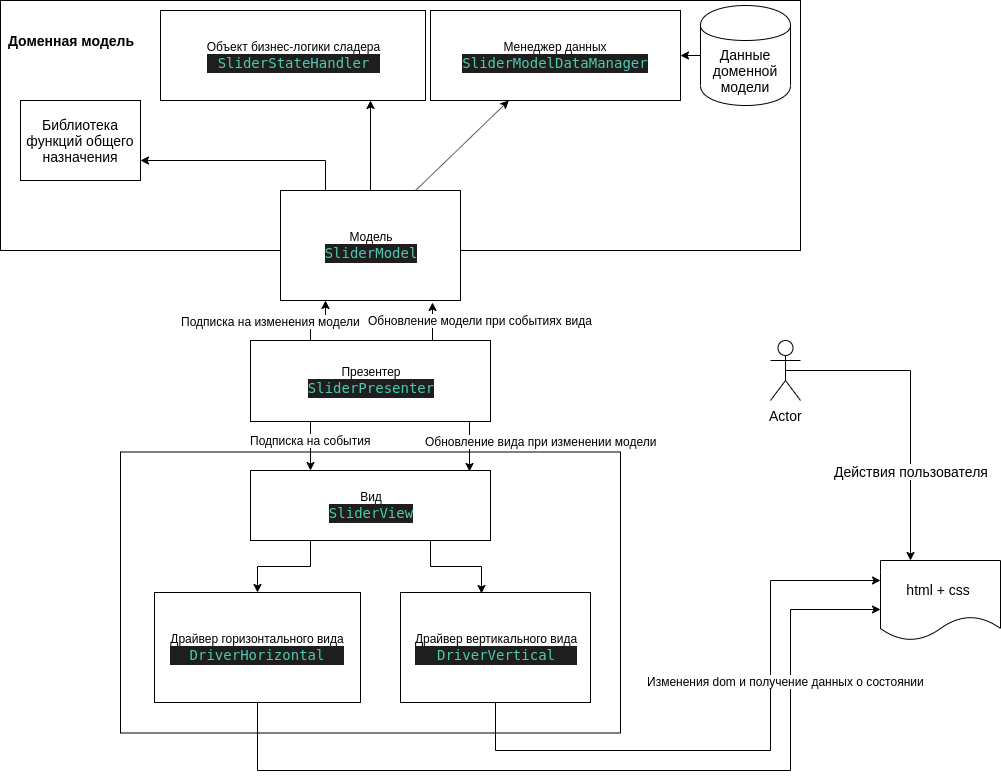
The draw.io diagram docs/uml.png in SergeyVN94/slider, before a commit. Source tidied: cells renumbered, new cells last; positions are measured from the earlier drawing's top-left corner, leaving out a move shared by most shapes.
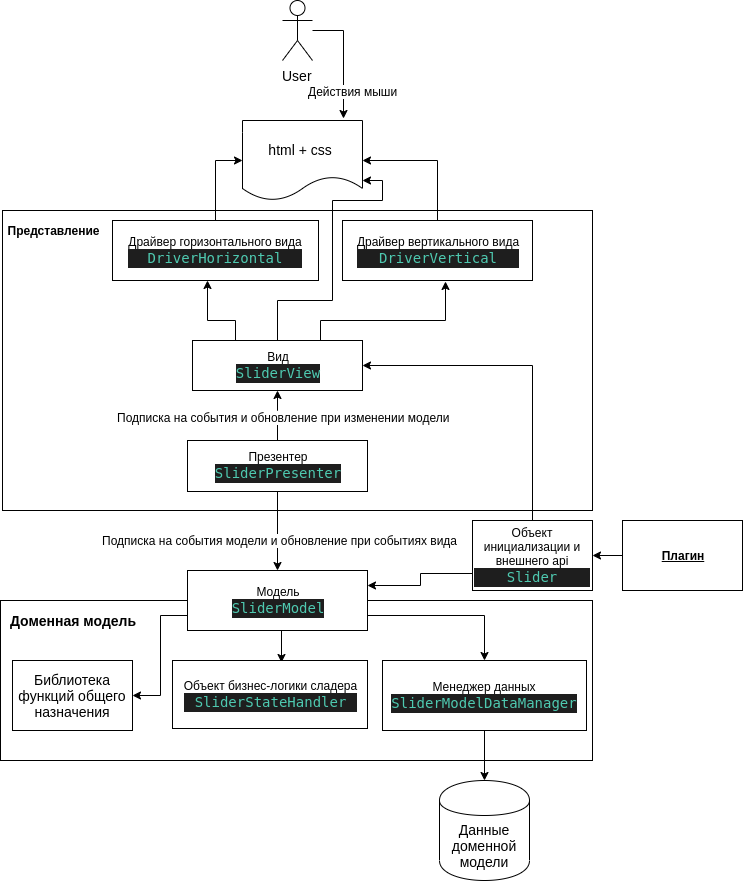
The same diagram one commit later.

What changed in the source:
```diff
@@ -3,123 +3,144 @@
     <mxCell id="0" />
     <mxCell id="1" parent="0" />
     <mxCell id="2" style="rounded=0;whiteSpace=wrap;html=1;" parent="1" vertex="1">
-      <mxGeometry width="800" height="250" as="geometry" />
+      <mxGeometry x="98" y="230" width="592" height="160" as="geometry" />
     </mxCell>
     <mxCell id="3" value="Доменная модель" style="text;html=1;strokeColor=none;fillColor=none;align=center;verticalAlign=middle;whiteSpace=wrap;rounded=0;fontSize=14;fontStyle=1;" parent="1" vertex="1">
-      <mxGeometry width="140" height="80" as="geometry" />
+      <mxGeometry x="100" y="230" width="140" height="40" as="geometry" />
     </mxCell>
+    <mxCell id="33" style="edgeStyle=orthogonalEdgeStyle;rounded=0;jettySize=auto;html=1;exitX=0.5;exitY=1;exitDx=0;exitDy=0;" parent="1" edge="1" source="4" target="28">
+      <mxGeometry relative="1" as="geometry" />
+    </mxCell>
     <mxCell id="4" value="Менеджер данных&lt;br&gt;&lt;div style=&quot;color: rgb(212 , 212 , 212) ; background-color: rgb(30 , 30 , 30) ; font-family: &amp;#34;droid sans mono&amp;#34; , monospace , monospace , &amp;#34;droid sans fallback&amp;#34; ; font-size: 14px ; line-height: 19px ; white-space: pre&quot;&gt;&lt;span style=&quot;color: #4ec9b0&quot;&gt;SliderModelDataManager&lt;/span&gt;&lt;/div&gt;" style="rounded=0;whiteSpace=wrap;html=1;" parent="1" vertex="1">
-      <mxGeometry x="430" y="10" width="250" height="90" as="geometry" />
+      <mxGeometry x="480" y="290" width="204" height="70" as="geometry" />
     </mxCell>
-    <mxCell id="5" value="Объект бизнес-логики сладера&lt;br&gt;&lt;div style=&quot;color: rgb(212 , 212 , 212) ; background-color: rgb(30 , 30 , 30) ; font-family: &amp;#34;droid sans mono&amp;#34; , monospace , monospace , &amp;#34;droid sans fallback&amp;#34; ; font-size: 14px ; line-height: 19px ; white-space: pre&quot;&gt;&lt;span style=&quot;color: #4ec9b0&quot;&gt;SliderStateHandler&lt;/span&gt;&lt;/div&gt;" style="rounded=0;whiteSpace=wrap;html=1;" parent="1" vertex="1">
-      <mxGeometry x="160" y="10" width="265" height="90" as="geometry" />
-    </mxCell>
+    <mxCell id="34" style="edgeStyle=orthogonalEdgeStyle;rounded=0;jettySize=auto;html=1;exitX=0.5;exitY=1;exitDx=0;exitDy=0;entryX=0.559;entryY=0.029;entryDx=0;entryDy=0;entryPerimeter=0;" parent="1" edge="1" source="7" target="5">
+      <mxGeometry relative="1" as="geometry" />
+    </mxCell>
+    <mxCell id="9" style="edgeStyle=orthogonalEdgeStyle;rounded=0;jettySize=auto;html=1;exitX=1;exitY=0.75;exitDx=0;exitDy=0;entryX=0.5;entryY=0;entryDx=0;entryDy=0;" parent="1" edge="1" source="7" target="4">
+      <mxGeometry relative="1" as="geometry" />
+    </mxCell>
-    <mxCell id="6" style="edgeStyle=orthogonalEdgeStyle;rounded=0;jettySize=auto;html=1;exitX=0.25;exitY=0;exitDx=0;exitDy=0;entryX=1;entryY=0.75;entryDx=0;entryDy=0;fontSize=14;" parent="1" edge="1" source="7" target="26">
+    <mxCell id="6" style="edgeStyle=orthogonalEdgeStyle;rounded=0;jettySize=auto;html=1;exitX=0;exitY=0.75;exitDx=0;exitDy=0;entryX=1;entryY=0.5;entryDx=0;entryDy=0;" parent="1" edge="1" source="7" target="26">
       <mxGeometry relative="1" as="geometry" />
     </mxCell>
     <mxCell id="7" value="Модель&lt;br&gt;&lt;div style=&quot;color: rgb(212 , 212 , 212) ; background-color: rgb(30 , 30 , 30) ; font-family: &amp;#34;droid sans mono&amp;#34; , monospace , monospace , &amp;#34;droid sans fallback&amp;#34; ; font-size: 14px ; line-height: 19px ; white-space: pre&quot;&gt;&lt;span style=&quot;color: #4ec9b0&quot;&gt;SliderModel&lt;/span&gt;&lt;/div&gt;" style="rounded=0;whiteSpace=wrap;html=1;" parent="1" vertex="1">
-      <mxGeometry x="280" y="190" width="180" height="110" as="geometry" />
+      <mxGeometry x="285" y="200" width="180" height="60" as="geometry" />
     </mxCell>
-    <mxCell id="8" style="endArrow=classic;html=1;exitX=0.5;exitY=0;exitDx=0;exitDy=0;" parent="1" edge="1" source="7">
-      <mxGeometry relative="1" as="geometry">
-        <mxPoint x="370" y="100" as="targetPoint" />
-      </mxGeometry>
-    </mxCell>
-    <mxCell id="9" style="endArrow=classic;html=1;exitX=0.75;exitY=0;exitDx=0;exitDy=0;" parent="1" edge="1" source="7" target="4">
-      <mxGeometry relative="1" as="geometry" />
-    </mxCell>
     <mxCell id="10" style="rounded=0;whiteSpace=wrap;html=1;" parent="1" vertex="1">
-      <mxGeometry x="120" y="451.5" width="500" height="281" as="geometry" />
+      <mxGeometry x="100" y="-160" width="590" height="300" as="geometry" />
     </mxCell>
-    <mxCell id="11" style="edgeStyle=orthogonalEdgeStyle;rounded=0;jettySize=auto;html=1;exitX=0.25;exitY=0;exitDx=0;exitDy=0;entryX=0.25;entryY=1;entryDx=0;entryDy=0;" parent="1" edge="1" source="17" target="7">
-      <mxGeometry relative="1" as="geometry" />
-    </mxCell>
-    <mxCell id="12" value="Подписка на изменения модели" style="text;html=1;align=center;verticalAlign=middle;labelBackgroundColor=#ffffff;" parent="11" vertex="1">
-      <mxGeometry x="0.48" relative="1" as="geometry">
-        <mxPoint x="-55" y="6" as="offset" />
-      </mxGeometry>
-    </mxCell>
-    <mxCell id="13" style="edgeStyle=orthogonalEdgeStyle;rounded=0;jettySize=auto;html=1;exitX=0.75;exitY=1;exitDx=0;exitDy=0;entryX=0.913;entryY=0.014;entryDx=0;entryDy=0;entryPerimeter=0;" parent="1" edge="1" source="17" target="20">
-      <mxGeometry relative="1" as="geometry">
-        <Array as="points">
-          <mxPoint x="469" y="421" />
-        </Array>
-      </mxGeometry>
-    </mxCell>
-    <mxCell id="14" value="Обновление вида при изменении модели" style="text;html=1;align=center;verticalAlign=middle;labelBackgroundColor=#ffffff;" parent="13" vertex="1">
-      <mxGeometry x="-0.21" y="-12" relative="1" as="geometry">
-        <mxPoint x="75" y="7" as="offset" />
-      </mxGeometry>
-    </mxCell>
-    <mxCell id="15" value="&lt;font style=&quot;font-size: 12px&quot;&gt;Подписка на события&lt;/font&gt;" style="edgeStyle=orthogonalEdgeStyle;rounded=0;jettySize=auto;html=1;exitX=0.25;exitY=1;exitDx=0;exitDy=0;entryX=0.25;entryY=0;entryDx=0;entryDy=0;strokeWidth=1;" parent="1" edge="1" source="17" target="20">
-      <mxGeometry x="-0.22" relative="1" as="geometry" />
-    </mxCell>
-    <mxCell id="16" value="&lt;font style=&quot;font-size: 12px&quot;&gt;Обновление модели при событиях вида&lt;/font&gt;" style="edgeStyle=orthogonalEdgeStyle;rounded=0;jettySize=auto;html=1;exitX=0.75;exitY=0;exitDx=0;exitDy=0;entryX=0.844;entryY=1.018;entryDx=0;entryDy=0;entryPerimeter=0;strokeWidth=1;" parent="1" edge="1" source="17" target="7">
-      <mxGeometry x="0.1" y="-48" relative="1" as="geometry" />
-    </mxCell>
+    <mxCell id="35" style="edgeStyle=orthogonalEdgeStyle;rounded=0;jettySize=auto;html=1;exitX=0.5;exitY=0;exitDx=0;exitDy=0;entryX=0.5;entryY=1;entryDx=0;entryDy=0;" parent="1" edge="1" source="17" target="20">
+      <mxGeometry relative="1" as="geometry">
+        <Array as="points">
+          <mxPoint x="375" y="40" />
+          <mxPoint x="375" y="40" />
+        </Array>
+      </mxGeometry>
+    </mxCell>
+    <mxCell id="36" value="Подписка на события и обновление при изменении модели" style="text;html=1;align=center;verticalAlign=middle;labelBackgroundColor=#ffffff;" parent="35" vertex="1">
+      <mxGeometry x="-0.24" relative="1" as="geometry">
+        <mxPoint x="5" y="-5" as="offset" />
+      </mxGeometry>
+    </mxCell>
+    <mxCell id="37" style="edgeStyle=orthogonalEdgeStyle;rounded=0;jettySize=auto;html=1;exitX=0.5;exitY=1;exitDx=0;exitDy=0;entryX=0.5;entryY=0;entryDx=0;entryDy=0;" parent="1" edge="1" source="17" target="7">
+      <mxGeometry relative="1" as="geometry" />
+    </mxCell>
+    <mxCell id="38" value="Подписка на события модели и обновление при событиях вида" style="text;html=1;align=center;verticalAlign=middle;labelBackgroundColor=#ffffff;" parent="37" vertex="1">
+      <mxGeometry x="0.21" y="2" relative="1" as="geometry" />
+    </mxCell>
     <mxCell id="17" value="Презентер&lt;br&gt;&lt;div style=&quot;color: rgb(212 , 212 , 212) ; background-color: rgb(30 , 30 , 30) ; font-family: &amp;#34;droid sans mono&amp;#34; , monospace , monospace , &amp;#34;droid sans fallback&amp;#34; ; font-size: 14px ; line-height: 19px ; white-space: pre&quot;&gt;&lt;span style=&quot;color: #4ec9b0&quot;&gt;SliderPresenter&lt;/span&gt;&lt;/div&gt;" style="rounded=0;whiteSpace=wrap;html=1;" parent="1" vertex="1">
-      <mxGeometry x="250" y="340" width="240" height="81" as="geometry" />
+      <mxGeometry x="285" y="70" width="180" height="51" as="geometry" />
     </mxCell>
-    <mxCell id="18" style="edgeStyle=orthogonalEdgeStyle;rounded=0;jettySize=auto;html=1;exitX=0.75;exitY=1;exitDx=0;exitDy=0;entryX=0.424;entryY=0.009;entryDx=0;entryDy=0;entryPerimeter=0;fontSize=14;" parent="1" edge="1" source="20" target="25">
-      <mxGeometry relative="1" as="geometry" />
+    <mxCell id="18" style="edgeStyle=orthogonalEdgeStyle;rounded=0;jettySize=auto;html=1;exitX=0.75;exitY=0;exitDx=0;exitDy=0;entryX=0.542;entryY=1.017;entryDx=0;entryDy=0;entryPerimeter=0;" parent="1" edge="1" source="20" target="25">
+      <mxGeometry relative="1" as="geometry">
+        <Array as="points">
+          <mxPoint x="418" y="-50" />
+          <mxPoint x="543" y="-50" />
+        </Array>
+      </mxGeometry>
     </mxCell>
-    <mxCell id="19" style="edgeStyle=orthogonalEdgeStyle;rounded=0;jettySize=auto;html=1;exitX=0.25;exitY=1;exitDx=0;exitDy=0;fontSize=14;" parent="1" edge="1" source="20" target="22">
-      <mxGeometry relative="1" as="geometry" />
+    <mxCell id="19" style="edgeStyle=orthogonalEdgeStyle;rounded=0;jettySize=auto;html=1;exitX=0.25;exitY=0;exitDx=0;exitDy=0;entryX=0.461;entryY=1;entryDx=0;entryDy=0;entryPerimeter=0;" parent="1" edge="1" source="20" target="22">
+      <mxGeometry relative="1" as="geometry">
+        <Array as="points">
+          <mxPoint x="333" y="-50" />
+          <mxPoint x="305" y="-50" />
+        </Array>
+      </mxGeometry>
     </mxCell>
+    <mxCell id="39" style="edgeStyle=orthogonalEdgeStyle;rounded=0;jettySize=auto;html=1;exitX=0.5;exitY=0;exitDx=0;exitDy=0;entryX=1;entryY=0.75;entryDx=0;entryDy=0;" parent="1" edge="1" source="20" target="29">
+      <mxGeometry relative="1" as="geometry">
+        <Array as="points">
+          <mxPoint x="375" y="-70" />
+          <mxPoint x="430" y="-70" />
+          <mxPoint x="430" y="-170" />
+          <mxPoint x="480" y="-170" />
+          <mxPoint x="480" y="-190" />
+        </Array>
+      </mxGeometry>
+    </mxCell>
     <mxCell id="20" value="Вид&lt;br&gt;&lt;div style=&quot;color: rgb(212 , 212 , 212) ; background-color: rgb(30 , 30 , 30) ; font-family: &amp;#34;droid sans mono&amp;#34; , monospace , monospace , &amp;#34;droid sans fallback&amp;#34; ; font-size: 14px ; line-height: 19px ; white-space: pre&quot;&gt;&lt;span style=&quot;color: #4ec9b0&quot;&gt;SliderView&lt;/span&gt;&lt;/div&gt;" style="rounded=0;whiteSpace=wrap;html=1;" parent="1" vertex="1">
-      <mxGeometry x="250" y="470" width="240" height="70" as="geometry" />
+      <mxGeometry x="290" y="-30" width="170" height="50" as="geometry" />
     </mxCell>
-    <mxCell id="21" style="edgeStyle=orthogonalEdgeStyle;rounded=0;jettySize=auto;html=1;exitX=0.5;exitY=1;exitDx=0;exitDy=0;entryX=0;entryY=0.613;entryDx=0;entryDy=0;entryPerimeter=0;" parent="1" edge="1" source="22" target="29">
-      <mxGeometry relative="1" as="geometry">
-        <Array as="points">
-          <mxPoint x="257" y="770" />
-          <mxPoint x="790" y="770" />
-          <mxPoint x="790" y="609" />
-        </Array>
-      </mxGeometry>
+    <mxCell id="21" style="edgeStyle=orthogonalEdgeStyle;rounded=0;jettySize=auto;html=1;exitX=0.5;exitY=0;exitDx=0;exitDy=0;entryX=0;entryY=0.5;entryDx=0;entryDy=0;" parent="1" edge="1" source="22" target="29">
+      <mxGeometry relative="1" as="geometry" />
     </mxCell>
     <mxCell id="22" value="Драйвер горизонтального вида&lt;br&gt;&lt;div style=&quot;color: rgb(212 , 212 , 212) ; background-color: rgb(30 , 30 , 30) ; font-family: &amp;#34;droid sans mono&amp;#34; , monospace , monospace , &amp;#34;droid sans fallback&amp;#34; ; font-size: 14px ; line-height: 19px ; white-space: pre&quot;&gt;&lt;span style=&quot;color: #4ec9b0&quot;&gt;DriverHorizontal&lt;/span&gt;&lt;/div&gt;" style="rounded=0;whiteSpace=wrap;html=1;" parent="1" vertex="1">
-      <mxGeometry x="154" y="592" width="206" height="110" as="geometry" />
+      <mxGeometry x="210" y="-150" width="206" height="60" as="geometry" />
     </mxCell>
-    <mxCell id="23" style="edgeStyle=orthogonalEdgeStyle;rounded=0;jettySize=auto;html=1;exitX=0.5;exitY=1;exitDx=0;exitDy=0;entryX=0;entryY=0.25;entryDx=0;entryDy=0;" parent="1" edge="1" source="25" target="29">
-      <mxGeometry relative="1" as="geometry">
-        <Array as="points">
-          <mxPoint x="495" y="750" />
-          <mxPoint x="770" y="750" />
-          <mxPoint x="770" y="580" />
-        </Array>
-      </mxGeometry>
+    <mxCell id="23" style="edgeStyle=orthogonalEdgeStyle;rounded=0;jettySize=auto;html=1;exitX=0.5;exitY=0;exitDx=0;exitDy=0;entryX=1;entryY=0.5;entryDx=0;entryDy=0;" parent="1" edge="1" source="25" target="29">
+      <mxGeometry relative="1" as="geometry" />
     </mxCell>
-    <mxCell id="24" value="Изменения dom и получение данных о состоянии" style="text;html=1;align=center;verticalAlign=middle;labelBackgroundColor=#ffffff;" parent="23" vertex="1">
-      <mxGeometry x="0.26" y="3" relative="1" as="geometry">
-        <mxPoint x="18" y="-13" as="offset" />
-      </mxGeometry>
-    </mxCell>
     <mxCell id="25" value="Драйвер вертикального вида&lt;br&gt;&lt;div style=&quot;color: rgb(212 , 212 , 212) ; background-color: rgb(30 , 30 , 30) ; font-family: &amp;#34;droid sans mono&amp;#34; , monospace , monospace , &amp;#34;droid sans fallback&amp;#34; ; font-size: 14px ; line-height: 19px ; white-space: pre&quot;&gt;&lt;span style=&quot;color: #4ec9b0&quot;&gt;DriverVertical&lt;/span&gt;&lt;/div&gt;" style="rounded=0;whiteSpace=wrap;html=1;" parent="1" vertex="1">
-      <mxGeometry x="400" y="592" width="190" height="110" as="geometry" />
+      <mxGeometry x="440" y="-150" width="190" height="60" as="geometry" />
     </mxCell>
     <mxCell id="26" value="Библиотека функций общего назначения" style="rounded=0;whiteSpace=wrap;html=1;fontSize=14;" parent="1" vertex="1">
-      <mxGeometry x="20" y="100" width="120" height="80" as="geometry" />
+      <mxGeometry x="110" y="290" width="120" height="70" as="geometry" />
     </mxCell>
-    <mxCell id="27" style="edgeStyle=orthogonalEdgeStyle;rounded=0;jettySize=auto;html=1;exitX=0;exitY=0.5;exitDx=0;exitDy=0;entryX=1;entryY=0.5;entryDx=0;entryDy=0;fontSize=14;" parent="1" edge="1" source="28" target="4">
-      <mxGeometry relative="1" as="geometry" />
-    </mxCell>
     <mxCell id="28" value="Данные доменной модели" style="shape=cylinder;whiteSpace=wrap;html=1;boundedLbl=1;backgroundOutline=1;fontSize=14;" parent="1" vertex="1">
-      <mxGeometry x="700" y="5" width="90" height="100" as="geometry" />
+      <mxGeometry x="537" y="410" width="90" height="100" as="geometry" />
     </mxCell>
     <mxCell id="29" value="html + css&amp;nbsp;" style="shape=document;whiteSpace=wrap;html=1;boundedLbl=1;fontSize=14;" parent="1" vertex="1">
-      <mxGeometry x="880" y="560" width="120" height="80" as="geometry" />
+      <mxGeometry x="340" y="-250" width="120" height="80" as="geometry" />
     </mxCell>
-    <mxCell id="30" style="edgeStyle=orthogonalEdgeStyle;rounded=0;jettySize=auto;html=1;exitX=0.5;exitY=0.5;exitDx=0;exitDy=0;exitPerimeter=0;fontSize=14;entryX=0.25;entryY=0;entryDx=0;entryDy=0;" parent="1" edge="1" source="32" target="29">
-      <mxGeometry relative="1" as="geometry" />
-    </mxCell>
-    <mxCell id="31" value="Действия пользователя" style="text;html=1;align=center;verticalAlign=middle;labelBackgroundColor=#ffffff;fontSize=14;" parent="30" vertex="1">
-      <mxGeometry x="-0.04" y="-25" relative="1" as="geometry">
-        <mxPoint x="25" y="74" as="offset" />
-      </mxGeometry>
-    </mxCell>
+    <mxCell id="40" style="edgeStyle=orthogonalEdgeStyle;rounded=0;jettySize=auto;html=1;entryX=0.842;entryY=-0.025;entryDx=0;entryDy=0;entryPerimeter=0;" parent="1" edge="1" target="29">
+      <mxGeometry relative="1" as="geometry">
+        <mxPoint x="410" y="-340" as="sourcePoint" />
+        <Array as="points">
+          <mxPoint x="441" y="-340" />
+        </Array>
+      </mxGeometry>
+    </mxCell>
+    <mxCell id="41" value="Действия мыши" style="text;html=1;align=center;verticalAlign=middle;labelBackgroundColor=#ffffff;" parent="40" vertex="1">
+      <mxGeometry x="0.45" y="-2" relative="1" as="geometry">
+        <mxPoint x="11" y="5" as="offset" />
+      </mxGeometry>
+    </mxCell>
-    <mxCell id="32" value="Actor" style="shape=umlActor;verticalLabelPosition=bottom;labelBackgroundColor=#ffffff;verticalAlign=top;html=1;outlineConnect=0;fontSize=14;" parent="1" vertex="1">
-      <mxGeometry x="770" y="340" width="30" height="60" as="geometry" />
+    <mxCell id="32" value="User" style="shape=umlActor;verticalLabelPosition=bottom;labelBackgroundColor=#ffffff;verticalAlign=top;html=1;outlineConnect=0;fontSize=14;" parent="1" vertex="1">
+      <mxGeometry x="380" y="-370" width="30" height="60" as="geometry" />
     </mxCell>
+    <mxCell id="5" value="Объект бизнес-логики сладера&lt;br&gt;&lt;div style=&quot;color: rgb(212 , 212 , 212) ; background-color: rgb(30 , 30 , 30) ; font-family: &amp;#34;droid sans mono&amp;#34; , monospace , monospace , &amp;#34;droid sans fallback&amp;#34; ; font-size: 14px ; line-height: 19px ; white-space: pre&quot;&gt;&lt;span style=&quot;color: #4ec9b0&quot;&gt;SliderStateHandler&lt;/span&gt;&lt;/div&gt;" style="rounded=0;whiteSpace=wrap;html=1;" parent="1" vertex="1">
+      <mxGeometry x="270" y="290" width="195" height="68" as="geometry" />
+    </mxCell>
+    <mxCell id="42" value="&lt;b&gt;Представление&lt;/b&gt;" style="text;html=1;strokeColor=none;fillColor=none;align=center;verticalAlign=middle;whiteSpace=wrap;rounded=0;" parent="1" vertex="1">
+      <mxGeometry x="130" y="-150" width="40" height="20" as="geometry" />
+    </mxCell>
+    <mxCell id="43" style="edgeStyle=orthogonalEdgeStyle;rounded=0;orthogonalLoop=1;jettySize=auto;html=1;exitX=0.5;exitY=1;exitDx=0;exitDy=0;" parent="1" edge="1" source="2" target="2">
+      <mxGeometry relative="1" as="geometry" />
+    </mxCell>
+    <mxCell id="44" style="edgeStyle=orthogonalEdgeStyle;rounded=0;jettySize=auto;html=1;exitX=0.5;exitY=0;exitDx=0;exitDy=0;entryX=1;entryY=0.5;entryDx=0;entryDy=0;" parent="1" edge="1" source="46" target="20">
+      <mxGeometry relative="1" as="geometry" />
+    </mxCell>
+    <mxCell id="45" style="edgeStyle=orthogonalEdgeStyle;rounded=0;jettySize=auto;html=1;exitX=0;exitY=0.75;exitDx=0;exitDy=0;entryX=1;entryY=0.25;entryDx=0;entryDy=0;" parent="1" edge="1" source="46" target="7">
+      <mxGeometry relative="1" as="geometry" />
+    </mxCell>
+    <mxCell id="46" value="Объект инициализации и внешнего api&lt;br&gt;&lt;div style=&quot;color: rgb(212 , 212 , 212) ; background-color: rgb(30 , 30 , 30) ; font-family: &amp;#34;droid sans mono&amp;#34; , monospace , monospace , &amp;#34;droid sans fallback&amp;#34; ; font-size: 14px ; line-height: 19px ; white-space: pre&quot;&gt;&lt;span style=&quot;color: #4ec9b0&quot;&gt;Slider&lt;/span&gt;&lt;/div&gt;" style="rounded=0;whiteSpace=wrap;html=1;" parent="1" vertex="1">
+      <mxGeometry x="570" y="150" width="120" height="70" as="geometry" />
+    </mxCell>
+    <mxCell id="47" style="edgeStyle=orthogonalEdgeStyle;rounded=0;jettySize=auto;html=1;exitX=0;exitY=0.5;exitDx=0;exitDy=0;entryX=1;entryY=0.5;entryDx=0;entryDy=0;" parent="1" edge="1" source="48" target="46">
+      <mxGeometry relative="1" as="geometry" />
+    </mxCell>
+    <mxCell id="48" value="&lt;b&gt;&lt;u&gt;Плагин&lt;/u&gt;&lt;/b&gt;" style="rounded=0;whiteSpace=wrap;html=1;" parent="1" vertex="1">
+      <mxGeometry x="720" y="150" width="120" height="70" as="geometry" />
+    </mxCell>
   </root>
 </mxGraphModel>
```
